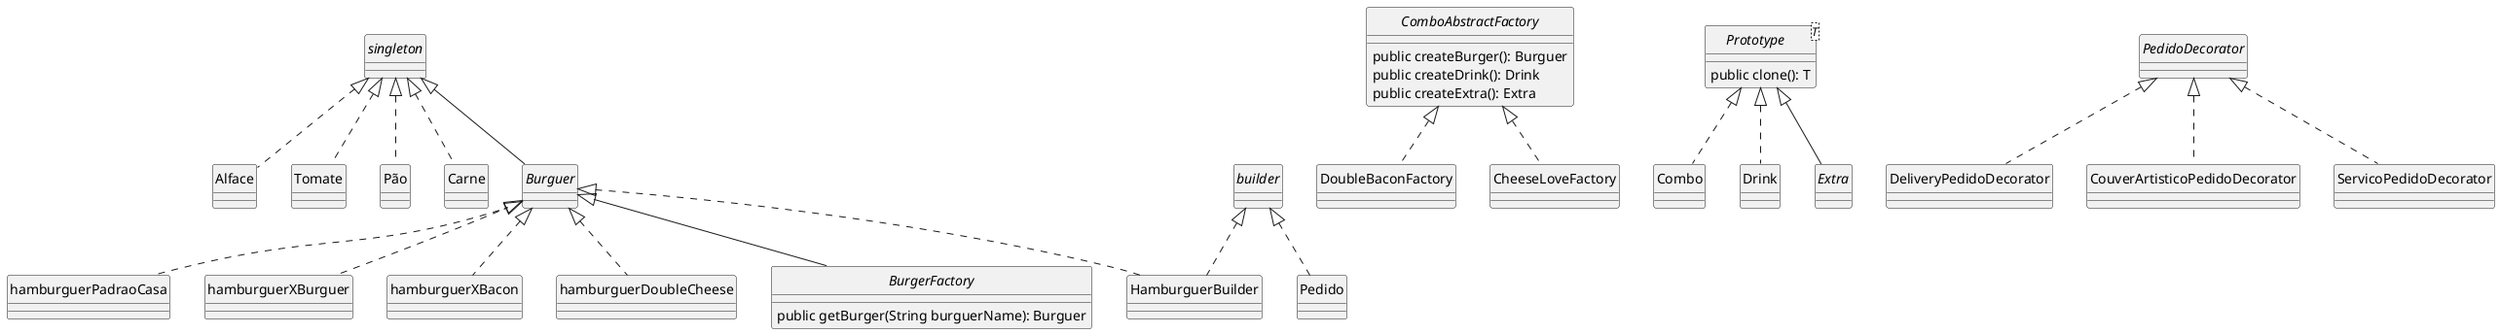
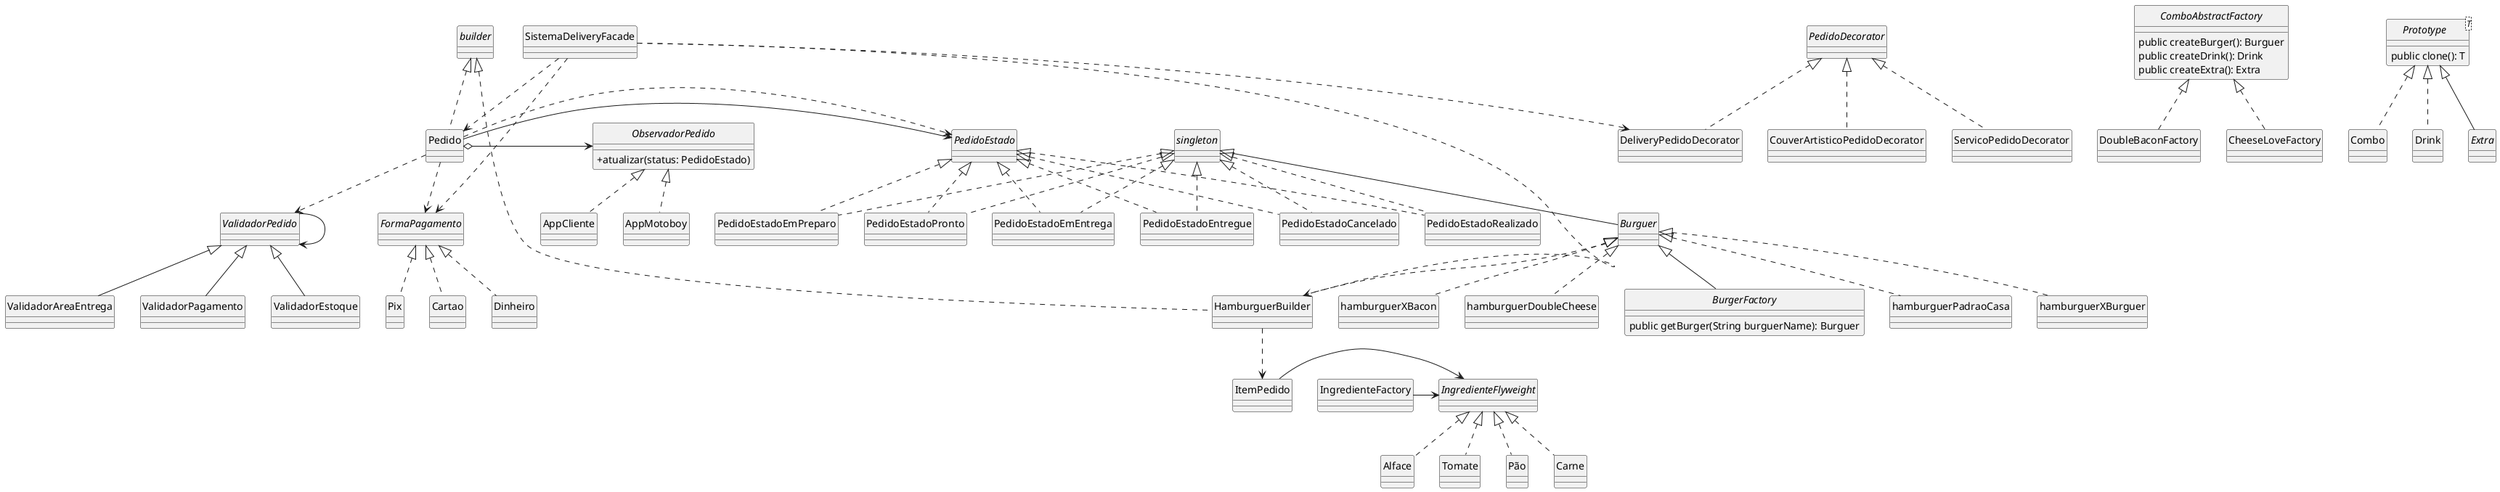
@startuml

skinparam style strictuml
skinparam classAttributeIconSize 0

'' ingredientes singleton? ok mas precisa ter quantidade que ainda tem
interface singleton {}
- class Alface implements singleton {}
- class Tomate implements singleton {}
- class Pão implements singleton {}
- class Carne implements singleton {}
+ ''class Alface implements singleton {}
+ ''class Tomate implements singleton {}
+ ''class Pão implements singleton {}
+ ''class Carne implements singleton {}

'' hamburguers pre-prontso tem singleton também
interface Burguer implements singleton {}
class hamburguerPadraoCasa implements Burguer {}
class hamburguerXBurguer implements Burguer {}
class hamburguerXBacon implements Burguer {}
class hamburguerDoubleCheese implements Burguer {}

'' hamburguer tipo subway vc pode ir montando o seu
'' builder
interface builder {}
class HamburguerBuilder implements Burguer, builder {}

class Pedido implements builder {}

'' factory method (para criar hamburgueres de diferentes tipos)
interface BurgerFactory implements Burguer {
    public getBurger(String burguerName): Burguer
}

'' abstract factory

- 
interface ComboAbstractFactory {
    public createBurger(): Burguer
    public createDrink(): Drink
    public createExtra(): Extra
}

class DoubleBaconFactory implements ComboAbstractFactory {}
class CheeseLoveFactory implements ComboAbstractFactory {}

'' prototype para clonar hamburguer (futuramente podemos fazer algo para alterar um hamburguer de cópia em pedido)
interface Prototype<T> {
    public clone(): T
}
- 
- 

class Combo implements Prototype {}
class Drink implements Prototype {}
interface Extra implements Prototype {}

'' decorator
'' -> para pedido delivery (frete no preço)
'' -> para pedido no local (couver artístico + taxa garçom)
'' -> para alterações de produtos no pedido

abstract class PedidoDecorator {}
class DeliveryPedidoDecorator implements PedidoDecorator {}
class CouverArtisticoPedidoDecorator implements PedidoDecorator {}
class ServicoPedidoDecorator implements PedidoDecorator {}


+ ''strategy - Formas de Pagamento
+ interface FormaPagamento {}
+ class Pix implements FormaPagamento {}
+ class Cartao implements FormaPagamento {}
+ class Dinheiro implements FormaPagamento {}
+ class Pedido {}
+ Pedido ..> FormaPagamento
+ 
+ 
+ ''state
+ interface PedidoEstado {}
+ class PedidoEstadoRealizado implements PedidoEstado, singleton {}
+ class PedidoEstadoEmPreparo implements PedidoEstado, singleton {}
+ class PedidoEstadoPronto implements PedidoEstado, singleton {}
+ class PedidoEstadoEmEntrega implements PedidoEstado, singleton {}
+ class PedidoEstadoEntregue implements PedidoEstado, singleton {}
+ class PedidoEstadoCancelado implements PedidoEstado, singleton {}
+ 
+ Pedido -> PedidoEstado
+ Pedido ..> PedidoEstado
+ 
+ 
+ ''facade
+ class SistemaDeliveryFacade {}
+ 
+ SistemaDeliveryFacade ..> HamburguerBuilder
+ SistemaDeliveryFacade ..> Pedido
+ SistemaDeliveryFacade ..> DeliveryPedidoDecorator
+ SistemaDeliveryFacade ..> FormaPagamento
+ 
+ 
+ ''observer
+ interface ObservadorPedido {
+ + atualizar(status: PedidoEstado)
+ }
+ class AppCliente implements ObservadorPedido {}
+ class AppMotoboy implements ObservadorPedido {}
+ 
+ Pedido o-> ObservadorPedido
+ 
+ 
+ ''chain of responsibility
+ abstract class ValidadorPedido {}
+ class ValidadorAreaEntrega extends ValidadorPedido {}
+ class ValidadorPagamento extends ValidadorPedido {}
+ class ValidadorEstoque extends ValidadorPedido {}
+ 
+ ValidadorPedido -> ValidadorPedido
+ Pedido ..> ValidadorPedido
+ 
+ 
+ ''flyweight
+ interface IngredienteFlyweight {}
+ class Alface implements IngredienteFlyweight {}
+ class Tomate implements IngredienteFlyweight {}
+ class Pão implements IngredienteFlyweight {}
+ class Carne implements IngredienteFlyweight {}
+ 
+ class IngredienteFactory {}
+ class ItemPedido {}
+ 
+ IngredienteFactory -> IngredienteFlyweight
+ ItemPedido -> IngredienteFlyweight
+ HamburguerBuilder ..> ItemPedido
+ 
+ 
@enduml
- 
